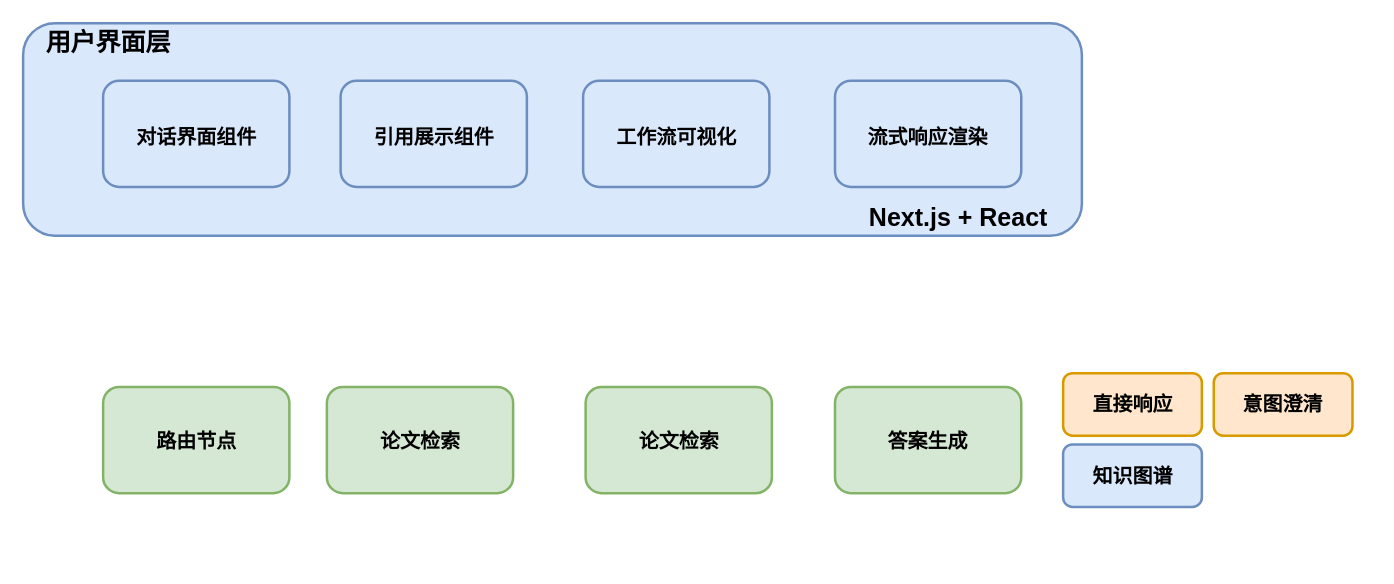
Before: diagrams/overall_system_architecture.drawio in real-jiakai/draw, a draw.io diagram. Source tidied: cells renumbered, new cells numbered last; positions are measured from the earlier drawing's top-left corner, leaving out a move shared by most shapes. Both pictures are drawn from the tidied source at 125%, with x=0, y=0 at pixel (22, 22).
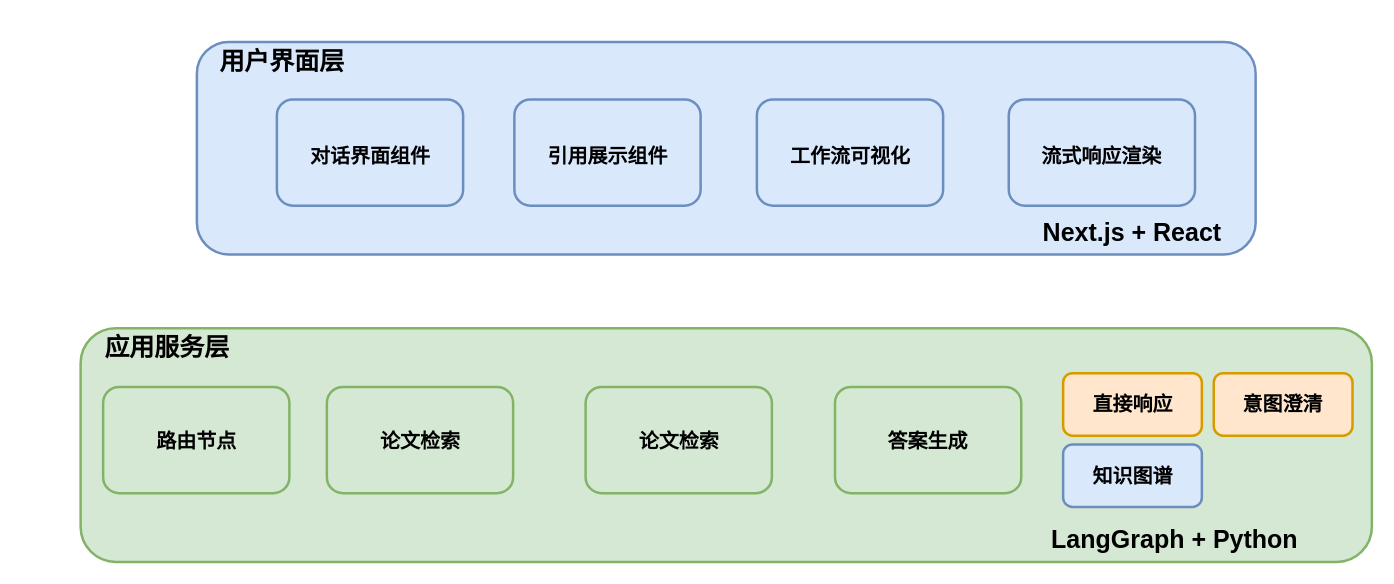
The same page after the edit.

Diff of the diagram source:
```diff
@@
+    <mxCell id="27" style="rounded=1;whiteSpace=wrap;html=1;fillColor=#d5e8d4;strokeColor=#82b366;strokeWidth=2;" parent="1" vertex="1">
+      <mxGeometry x="46" y="244" width="1033" height="187" as="geometry" />
+    </mxCell>
@@
     <mxCell id="8" style="rounded=1;whiteSpace=wrap;html=1;fillColor=#dae8fc;strokeColor=#6c8ebf;strokeWidth=2;" parent="1" vertex="1">
-      <mxGeometry width="847" height="170" as="geometry" />
+      <mxGeometry x="139" y="15" width="847" height="170" as="geometry" />
     </mxCell>
     <mxCell id="9" style="rounded=1;whiteSpace=wrap;html=1;strokeWidth=2;fillColor=none;strokeColor=#6c8ebf;" parent="1" vertex="1">
-      <mxGeometry x="649.5" y="46" width="149" height="85" as="geometry" />
+      <mxGeometry x="788.5" y="61" width="149" height="85" as="geometry" />
     </mxCell>
     <mxCell id="10" style="rounded=1;whiteSpace=wrap;html=1;strokeWidth=2;fillColor=none;strokeColor=#6c8ebf;" parent="1" vertex="1">
-      <mxGeometry x="448" y="46" width="149" height="85" as="geometry" />
+      <mxGeometry x="587" y="61" width="149" height="85" as="geometry" />
     </mxCell>
     <mxCell id="11" style="rounded=1;whiteSpace=wrap;html=1;strokeWidth=2;fillColor=none;strokeColor=#6c8ebf;" parent="1" vertex="1">
-      <mxGeometry x="254" y="46" width="149" height="85" as="geometry" />
+      <mxGeometry x="393" y="61" width="149" height="85" as="geometry" />
     </mxCell>
     <mxCell id="12" style="rounded=1;whiteSpace=wrap;html=1;strokeWidth=2;fillColor=none;strokeColor=#6c8ebf;" parent="1" vertex="1">
-      <mxGeometry x="64" y="46" width="149" height="85" as="geometry" />
+      <mxGeometry x="203" y="61" width="149" height="85" as="geometry" />
     </mxCell>
     <mxCell id="13" value="&lt;font style=&quot;font-size: 16px;&quot;&gt;&lt;b&gt;对话界面组件&lt;/b&gt;&lt;/font&gt;" style="text;html=1;whiteSpace=wrap;strokeColor=none;fillColor=none;align=center;verticalAlign=middle;rounded=0;" parent="1" vertex="1">
-      <mxGeometry x="88.5" y="75.5" width="100" height="30" as="geometry" />
+      <mxGeometry x="227.5" y="90.5" width="100" height="30" as="geometry" />
     </mxCell>
     <mxCell id="14" value="&lt;span style=&quot;font-size: 16px;&quot;&gt;&lt;b&gt;引用展示组件&lt;/b&gt;&lt;/span&gt;" style="text;html=1;whiteSpace=wrap;strokeColor=none;fillColor=none;align=center;verticalAlign=middle;rounded=0;" parent="1" vertex="1">
-      <mxGeometry x="278.5" y="75.5" width="100" height="30" as="geometry" />
+      <mxGeometry x="417.5" y="90.5" width="100" height="30" as="geometry" />
     </mxCell>
     <mxCell id="15" value="&lt;span style=&quot;font-size: 16px;&quot;&gt;&lt;b&gt;工作流可视化&lt;/b&gt;&lt;/span&gt;" style="text;html=1;whiteSpace=wrap;strokeColor=none;fillColor=none;align=center;verticalAlign=middle;rounded=0;" parent="1" vertex="1">
-      <mxGeometry x="472.5" y="75.5" width="100" height="30" as="geometry" />
+      <mxGeometry x="611.5" y="90.5" width="100" height="30" as="geometry" />
     </mxCell>
     <mxCell id="16" value="&lt;span style=&quot;font-size: 16px;&quot;&gt;&lt;b&gt;流式响应渲染&lt;/b&gt;&lt;/span&gt;" style="text;html=1;whiteSpace=wrap;strokeColor=none;fillColor=none;align=center;verticalAlign=middle;rounded=0;" parent="1" vertex="1">
-      <mxGeometry x="674" y="75.5" width="100" height="30" as="geometry" />
+      <mxGeometry x="813" y="90.5" width="100" height="30" as="geometry" />
     </mxCell>
     <mxCell id="17" value="&lt;font style=&quot;font-size: 20px;&quot;&gt;&lt;b&gt;用户界面层&lt;/b&gt;&lt;/font&gt;" style="text;html=1;whiteSpace=wrap;strokeColor=none;fillColor=none;align=center;verticalAlign=middle;rounded=0;" parent="1" vertex="1">
-      <mxGeometry x="17" width="103" height="30" as="geometry" />
+      <mxGeometry x="156" y="15" width="103" height="30" as="geometry" />
     </mxCell>
     <mxCell id="18" value="&lt;span style=&quot;font-size: 20px;&quot;&gt;&lt;b&gt;Next.js + React&lt;/b&gt;&lt;/span&gt;" style="text;html=1;whiteSpace=wrap;strokeColor=none;fillColor=none;align=center;verticalAlign=middle;rounded=0;" parent="1" vertex="1">
-      <mxGeometry x="669" y="140" width="159" height="30" as="geometry" />
+      <mxGeometry x="808" y="152" width="159" height="30" as="geometry" />
     </mxCell>
@@
+    <mxCell id="28" value="&lt;span style=&quot;font-size: 20px;&quot;&gt;&lt;b&gt;应用服务层&lt;/b&gt;&lt;/span&gt;" style="text;html=1;whiteSpace=wrap;strokeColor=none;fillColor=none;align=center;verticalAlign=middle;rounded=0;" parent="1" vertex="1">
+      <mxGeometry x="64" y="244" width="103" height="30" as="geometry" />
+    </mxCell>
+    <mxCell id="29" value="&lt;span style=&quot;font-size: 20px;&quot;&gt;&lt;b&gt;LangGraph + Python&lt;/b&gt;&lt;/span&gt;" style="text;html=1;whiteSpace=wrap;strokeColor=none;fillColor=none;align=center;verticalAlign=middle;rounded=0;" parent="1" vertex="1">
+      <mxGeometry x="821" y="397" width="201" height="30" as="geometry" />
+    </mxCell>
```
